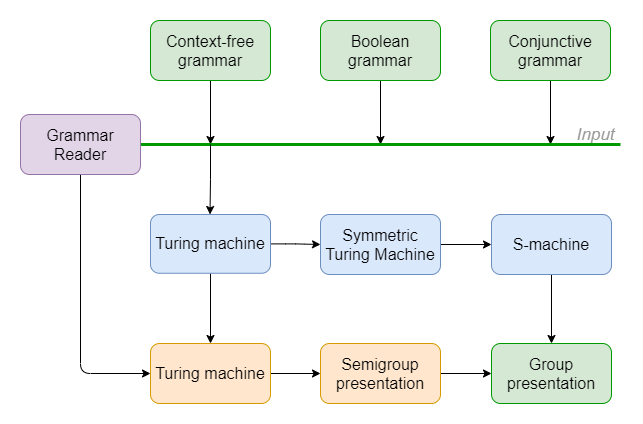
This is media/approaches.png from YaccConstructor/LangToGroup, a draw.io export, as it was before one commit. Source tidied: cells renumbered, new cells last; positions are measured from the earlier drawing's top-left corner, leaving out a move shared by most shapes. Its diagram source:
```xml
<mxGraphModel>
  <root>
    <mxCell id="0" style="html=1;" />
    <mxCell id="1" style="html=1;" parent="0" />
    <mxCell id="2" style="edgeStyle=orthogonalEdgeStyle;rounded=0;jettySize=auto;html=1;strokeWidth=1;" parent="1" edge="1" source="3">
      <mxGeometry relative="1" as="geometry">
        <mxPoint x="190" y="124" as="targetPoint" />
      </mxGeometry>
    </mxCell>
    <mxCell id="3" value="&lt;font size=&quot;3&quot;&gt;Context-free grammar&lt;/font&gt;" style="shape=cirle;whiteSpace=wrap;html=1;left=0;right=0;fillColor=#d5e8d4;rounded=1;strokeColor=#009900;" parent="1" vertex="1">
      <mxGeometry x="130" width="120" height="60" as="geometry" />
    </mxCell>
    <mxCell id="4" style="edgeStyle=orthogonalEdgeStyle;rounded=0;jettySize=auto;html=1;entryX=0;entryY=0.5;entryDx=0;entryDy=0;" parent="1" edge="1" source="5" target="7">
      <mxGeometry relative="1" as="geometry" />
    </mxCell>
    <mxCell id="5" value="&lt;font size=&quot;3&quot;&gt;Symmetric Turing Machine&lt;/font&gt;" style="shape=circle;whiteSpace=wrap;html=1;left=0;right=0;fillColor=#dae8fc;strokeColor=#6c8ebf;rounded=1;" parent="1" vertex="1">
      <mxGeometry x="300" y="194" width="120" height="60" as="geometry" />
    </mxCell>
    <mxCell id="6" style="edgeStyle=orthogonalEdgeStyle;rounded=1;jettySize=auto;html=1;fontColor=#999999;" parent="1" edge="1" source="7" target="8">
      <mxGeometry relative="1" as="geometry" />
    </mxCell>
    <mxCell id="7" value="&lt;font size=&quot;3&quot;&gt;S-machine&lt;/font&gt;" style="shape=circle;whiteSpace=wrap;html=1;left=0;right=0;fillColor=#dae8fc;shadow=0;sketch=0;strokeColor=#6c8ebf;rounded=1;" parent="1" vertex="1">
      <mxGeometry x="471" y="194" width="120" height="60" as="geometry" />
    </mxCell>
    <mxCell id="8" value="&lt;font size=&quot;3&quot;&gt;Group presentation&lt;/font&gt;" style="shape=circle;whiteSpace=wrap;html=1;left=0;right=0;fillColor=#d5e8d4;strokeColor=#009900;rounded=1;" parent="1" vertex="1">
      <mxGeometry x="471" y="323" width="120" height="60" as="geometry" />
    </mxCell>
    <mxCell id="9" style="edgeStyle=orthogonalEdgeStyle;rounded=0;jettySize=auto;html=1;strokeWidth=1;" parent="1" edge="1" source="10">
      <mxGeometry relative="1" as="geometry">
        <mxPoint x="360" y="124" as="targetPoint" />
      </mxGeometry>
    </mxCell>
    <mxCell id="10" value="&lt;font size=&quot;3&quot;&gt;Boolean grammar&lt;/font&gt;" style="shape=circle;whiteSpace=wrap;html=1;left=0;right=0;fillColor=#d5e8d4;rounded=1;strokeColor=#009900;" parent="1" vertex="1">
      <mxGeometry x="300" width="120" height="60" as="geometry" />
    </mxCell>
    <mxCell id="11" style="edgeStyle=orthogonalEdgeStyle;rounded=0;jettySize=auto;html=1;" parent="1" edge="1" source="12">
      <mxGeometry relative="1" as="geometry">
        <mxPoint x="530" y="124" as="targetPoint" />
      </mxGeometry>
    </mxCell>
    <mxCell id="12" value="&lt;font size=&quot;3&quot;&gt;Conjunctive grammar&lt;/font&gt;" style="shape=circle;whiteSpace=wrap;html=1;left=0;right=0;fillColor=#d5e8d4;rounded=1;strokeColor=#009900;" parent="1" vertex="1">
      <mxGeometry x="470" width="120" height="60" as="geometry" />
    </mxCell>
    <mxCell id="13" style="edgeStyle=orthogonalEdgeStyle;rounded=1;jettySize=auto;html=1;entryX=0;entryY=0.5;entryDx=0;entryDy=0;" parent="1" edge="1" source="15" target="5">
      <mxGeometry relative="1" as="geometry" />
    </mxCell>
    <mxCell id="14" style="edgeStyle=orthogonalEdgeStyle;rounded=1;jettySize=auto;html=1;entryX=0.5;entryY=0;entryDx=0;entryDy=0;strokeWidth=1;" parent="1" edge="1" source="15" target="19">
      <mxGeometry relative="1" as="geometry" />
    </mxCell>
    <mxCell id="15" value="&lt;font size=&quot;3&quot;&gt;Turing machine&lt;/font&gt;" style="shape=circle;whiteSpace=wrap;html=1;left=0;right=0;fillColor=#dae8fc;strokeColor=#6c8ebf;rounded=1;" parent="1" vertex="1">
      <mxGeometry x="130" y="194" width="120" height="58.8" as="geometry" />
    </mxCell>
    <mxCell id="16" style="edgeStyle=orthogonalEdgeStyle;rounded=1;jettySize=auto;html=1;entryX=0;entryY=0.5;entryDx=0;entryDy=0;" parent="1" edge="1" source="17" target="8">
      <mxGeometry relative="1" as="geometry" />
    </mxCell>
    <mxCell id="17" value="&lt;font size=&quot;3&quot;&gt;Semigroup presentation&lt;/font&gt;" style="shape=circle;whiteSpace=wrap;html=1;left=0;right=0;fillColor=#ffe6cc;strokeColor=#d79b00;rounded=1;" parent="1" vertex="1">
      <mxGeometry x="300" y="323" width="120" height="60" as="geometry" />
    </mxCell>
    <mxCell id="18" style="edgeStyle=orthogonalEdgeStyle;rounded=1;jettySize=auto;html=1;entryX=0;entryY=0.5;entryDx=0;entryDy=0;" parent="1" edge="1" source="19" target="17">
      <mxGeometry relative="1" as="geometry" />
    </mxCell>
    <mxCell id="19" value="&lt;font size=&quot;3&quot;&gt;Turing machine&lt;/font&gt;" style="shape=circle;whiteSpace=wrap;html=1;left=0;right=0;fillColor=#ffe6cc;strokeColor=#d79b00;rounded=1;" parent="1" vertex="1">
      <mxGeometry x="130" y="323" width="120" height="60" as="geometry" />
    </mxCell>
    <mxCell id="20" style="endArrow=none;html=1;fontColor=#999999;strokeColor=#009900;startArrow=none;strokeWidth=3;" parent="1" edge="1">
      <mxGeometry relative="1" as="geometry">
        <mxPoint x="36" y="124" as="sourcePoint" />
        <mxPoint x="600" y="124" as="targetPoint" />
        <Array as="points">
          <mxPoint x="364" y="124" />
        </Array>
      </mxGeometry>
    </mxCell>
    <mxCell id="21" value="&lt;span style=&quot;font-size: 17px&quot;&gt;Input&lt;/span&gt;" style="text;html=1;align=center;verticalAlign=middle;fontStyle=2;fontColor=#999999;" parent="1" vertex="1">
      <mxGeometry x="550" y="104" width="50" height="20" as="geometry" />
    </mxCell>
    <mxCell id="22" style="endArrow=none;html=1;fontColor=#999999;strokeColor=#009900;startArrow=none;" parent="1" edge="1">
      <mxGeometry relative="1" as="geometry">
        <mxPoint x="8" y="134" as="sourcePoint" />
        <mxPoint x="8" y="134" as="targetPoint" />
      </mxGeometry>
    </mxCell>
    <mxCell id="23" style="edgeStyle=orthogonalEdgeStyle;rounded=1;jettySize=auto;html=1;entryX=0;entryY=0.5;entryDx=0;entryDy=0;strokeWidth=1;" parent="1" edge="1" source="24" target="19">
      <mxGeometry relative="1" as="geometry">
        <Array as="points">
          <mxPoint x="60" y="353" />
        </Array>
      </mxGeometry>
    </mxCell>
    <mxCell id="24" value="&lt;font size=&quot;3&quot;&gt;Grammar Reader&lt;/font&gt;" style="shape=circle;whiteSpace=wrap;html=1;left=0;right=0;fillColor=#e1d5e7;rounded=1;strokeColor=#9673a6;" parent="1" vertex="1">
      <mxGeometry y="94" width="120" height="60" as="geometry" />
    </mxCell>
    <mxCell id="25" style="edgeStyle=orthogonalEdgeStyle;rounded=0;orthogonalLoop=1;jettySize=auto;html=1;strokeWidth=1;" parent="1" edge="1">
      <mxGeometry relative="1" as="geometry">
        <mxPoint x="190" y="124" as="sourcePoint" />
        <mxPoint x="189.5" y="194" as="targetPoint" />
        <Array as="points">
          <mxPoint x="190" y="159" />
        </Array>
      </mxGeometry>
    </mxCell>
  </root>
</mxGraphModel>
```
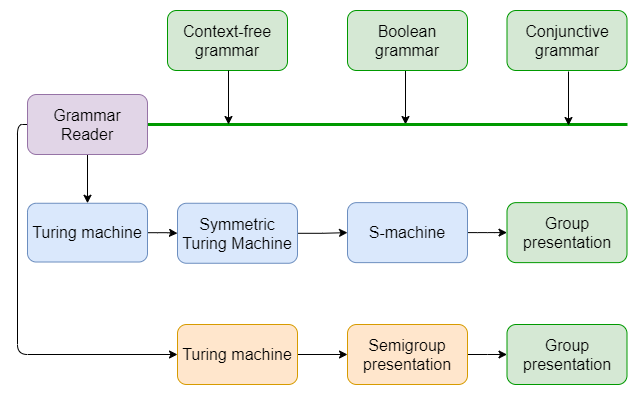
The same file after the commit.

The edit, as a diff of the source:
```diff
@@ -2,102 +2,96 @@
   <root>
     <mxCell id="0" style="html=1;" />
     <mxCell id="1" style="html=1;" parent="0" />
-    <mxCell id="2" style="edgeStyle=orthogonalEdgeStyle;rounded=0;jettySize=auto;html=1;strokeWidth=1;" parent="1" edge="1" source="3">
-      <mxGeometry relative="1" as="geometry">
-        <mxPoint x="190" y="124" as="targetPoint" />
-      </mxGeometry>
-    </mxCell>
     <mxCell id="3" value="&lt;font size=&quot;3&quot;&gt;Context-free grammar&lt;/font&gt;" style="shape=cirle;whiteSpace=wrap;html=1;left=0;right=0;fillColor=#d5e8d4;rounded=1;strokeColor=#009900;" parent="1" vertex="1">
-      <mxGeometry x="130" width="120" height="60" as="geometry" />
+      <mxGeometry x="137" y="846" width="120" height="60" as="geometry" />
     </mxCell>
     <mxCell id="4" style="edgeStyle=orthogonalEdgeStyle;rounded=0;jettySize=auto;html=1;entryX=0;entryY=0.5;entryDx=0;entryDy=0;" parent="1" edge="1" source="5" target="7">
       <mxGeometry relative="1" as="geometry" />
     </mxCell>
     <mxCell id="5" value="&lt;font size=&quot;3&quot;&gt;Symmetric Turing Machine&lt;/font&gt;" style="shape=circle;whiteSpace=wrap;html=1;left=0;right=0;fillColor=#dae8fc;strokeColor=#6c8ebf;rounded=1;" parent="1" vertex="1">
-      <mxGeometry x="300" y="194" width="120" height="60" as="geometry" />
+      <mxGeometry x="147" y="1038.8" width="120" height="60" as="geometry" />
     </mxCell>
     <mxCell id="6" style="edgeStyle=orthogonalEdgeStyle;rounded=1;jettySize=auto;html=1;fontColor=#999999;" parent="1" edge="1" source="7" target="8">
       <mxGeometry relative="1" as="geometry" />
     </mxCell>
     <mxCell id="7" value="&lt;font size=&quot;3&quot;&gt;S-machine&lt;/font&gt;" style="shape=circle;whiteSpace=wrap;html=1;left=0;right=0;fillColor=#dae8fc;shadow=0;sketch=0;strokeColor=#6c8ebf;rounded=1;" parent="1" vertex="1">
-      <mxGeometry x="471" y="194" width="120" height="60" as="geometry" />
+      <mxGeometry x="317" y="1038.1" width="120" height="60" as="geometry" />
     </mxCell>
     <mxCell id="8" value="&lt;font size=&quot;3&quot;&gt;Group presentation&lt;/font&gt;" style="shape=circle;whiteSpace=wrap;html=1;left=0;right=0;fillColor=#d5e8d4;strokeColor=#009900;rounded=1;" parent="1" vertex="1">
-      <mxGeometry x="471" y="323" width="120" height="60" as="geometry" />
+      <mxGeometry x="476.5" y="1038.1" width="120" height="60" as="geometry" />
     </mxCell>
-    <mxCell id="9" style="edgeStyle=orthogonalEdgeStyle;rounded=0;jettySize=auto;html=1;strokeWidth=1;" parent="1" edge="1" source="10">
+    <mxCell id="9" style="edgeStyle=orthogonalEdgeStyle;rounded=0;orthogonalLoop=1;jettySize=auto;html=1;strokeWidth=1;" parent="1" edge="1">
       <mxGeometry relative="1" as="geometry">
-        <mxPoint x="360" y="124" as="targetPoint" />
+        <mxPoint x="375" y="906" as="sourcePoint" />
+        <mxPoint x="375" y="960" as="targetPoint" />
       </mxGeometry>
     </mxCell>
     <mxCell id="10" value="&lt;font size=&quot;3&quot;&gt;Boolean grammar&lt;/font&gt;" style="shape=circle;whiteSpace=wrap;html=1;left=0;right=0;fillColor=#d5e8d4;rounded=1;strokeColor=#009900;" parent="1" vertex="1">
-      <mxGeometry x="300" width="120" height="60" as="geometry" />
+      <mxGeometry x="317" y="846" width="120" height="60" as="geometry" />
     </mxCell>
-    <mxCell id="11" style="edgeStyle=orthogonalEdgeStyle;rounded=0;jettySize=auto;html=1;" parent="1" edge="1" source="12">
-      <mxGeometry relative="1" as="geometry">
-        <mxPoint x="530" y="124" as="targetPoint" />
-      </mxGeometry>
-    </mxCell>
     <mxCell id="12" value="&lt;font size=&quot;3&quot;&gt;Conjunctive grammar&lt;/font&gt;" style="shape=circle;whiteSpace=wrap;html=1;left=0;right=0;fillColor=#d5e8d4;rounded=1;strokeColor=#009900;" parent="1" vertex="1">
-      <mxGeometry x="470" width="120" height="60" as="geometry" />
+      <mxGeometry x="476.5" y="846" width="120" height="60" as="geometry" />
     </mxCell>
     <mxCell id="13" style="edgeStyle=orthogonalEdgeStyle;rounded=1;jettySize=auto;html=1;entryX=0;entryY=0.5;entryDx=0;entryDy=0;" parent="1" edge="1" source="15" target="5">
       <mxGeometry relative="1" as="geometry" />
     </mxCell>
-    <mxCell id="14" style="edgeStyle=orthogonalEdgeStyle;rounded=1;jettySize=auto;html=1;entryX=0.5;entryY=0;entryDx=0;entryDy=0;strokeWidth=1;" parent="1" edge="1" source="15" target="19">
-      <mxGeometry relative="1" as="geometry" />
-    </mxCell>
     <mxCell id="15" value="&lt;font size=&quot;3&quot;&gt;Turing machine&lt;/font&gt;" style="shape=circle;whiteSpace=wrap;html=1;left=0;right=0;fillColor=#dae8fc;strokeColor=#6c8ebf;rounded=1;" parent="1" vertex="1">
-      <mxGeometry x="130" y="194" width="120" height="58.8" as="geometry" />
+      <mxGeometry x="-3" y="1038.8" width="120" height="58.8" as="geometry" />
     </mxCell>
-    <mxCell id="16" style="edgeStyle=orthogonalEdgeStyle;rounded=1;jettySize=auto;html=1;entryX=0;entryY=0.5;entryDx=0;entryDy=0;" parent="1" edge="1" source="17" target="8">
-      <mxGeometry relative="1" as="geometry" />
-    </mxCell>
+    <mxCell id="26" style="edgeStyle=orthogonalEdgeStyle;rounded=0;jettySize=auto;html=1;" parent="1" edge="1" source="17" target="27">
+      <mxGeometry relative="1" as="geometry" />
+    </mxCell>
     <mxCell id="17" value="&lt;font size=&quot;3&quot;&gt;Semigroup presentation&lt;/font&gt;" style="shape=circle;whiteSpace=wrap;html=1;left=0;right=0;fillColor=#ffe6cc;strokeColor=#d79b00;rounded=1;" parent="1" vertex="1">
-      <mxGeometry x="300" y="323" width="120" height="60" as="geometry" />
+      <mxGeometry x="317" y="1160" width="120" height="60" as="geometry" />
     </mxCell>
     <mxCell id="18" style="edgeStyle=orthogonalEdgeStyle;rounded=1;jettySize=auto;html=1;entryX=0;entryY=0.5;entryDx=0;entryDy=0;" parent="1" edge="1" source="19" target="17">
       <mxGeometry relative="1" as="geometry" />
     </mxCell>
     <mxCell id="19" value="&lt;font size=&quot;3&quot;&gt;Turing machine&lt;/font&gt;" style="shape=circle;whiteSpace=wrap;html=1;left=0;right=0;fillColor=#ffe6cc;strokeColor=#d79b00;rounded=1;" parent="1" vertex="1">
-      <mxGeometry x="130" y="323" width="120" height="60" as="geometry" />
+      <mxGeometry x="147" y="1160" width="120" height="60" as="geometry" />
     </mxCell>
-    <mxCell id="20" style="endArrow=none;html=1;fontColor=#999999;strokeColor=#009900;startArrow=none;strokeWidth=3;" parent="1" edge="1">
+    <mxCell id="20" style="endArrow=none;html=1;fontColor=#999999;strokeColor=#009900;startArrow=none;strokeWidth=3;exitX=1;exitY=0.5;exitDx=0;exitDy=0;" parent="1" edge="1" source="24">
       <mxGeometry relative="1" as="geometry">
-        <mxPoint x="36" y="124" as="sourcePoint" />
-        <mxPoint x="600" y="124" as="targetPoint" />
+        <mxPoint x="597" y="960" as="targetPoint" />
         <Array as="points">
-          <mxPoint x="364" y="124" />
+          <mxPoint x="361" y="960" />
         </Array>
       </mxGeometry>
     </mxCell>
-    <mxCell id="21" value="&lt;span style=&quot;font-size: 17px&quot;&gt;Input&lt;/span&gt;" style="text;html=1;align=center;verticalAlign=middle;fontStyle=2;fontColor=#999999;" parent="1" vertex="1">
-      <mxGeometry x="550" y="104" width="50" height="20" as="geometry" />
-    </mxCell>
     <mxCell id="22" style="endArrow=none;html=1;fontColor=#999999;strokeColor=#009900;startArrow=none;" parent="1" edge="1">
       <mxGeometry relative="1" as="geometry">
-        <mxPoint x="8" y="134" as="sourcePoint" />
-        <mxPoint x="8" y="134" as="targetPoint" />
+        <mxPoint x="-5" y="980" as="sourcePoint" />
+        <mxPoint x="-5" y="980" as="targetPoint" />
       </mxGeometry>
     </mxCell>
-    <mxCell id="23" style="edgeStyle=orthogonalEdgeStyle;rounded=1;jettySize=auto;html=1;entryX=0;entryY=0.5;entryDx=0;entryDy=0;strokeWidth=1;" parent="1" edge="1" source="24" target="19">
+    <mxCell id="23" style="edgeStyle=orthogonalEdgeStyle;rounded=1;jettySize=auto;html=1;entryX=0;entryY=0.5;entryDx=0;entryDy=0;strokeWidth=1;exitX=0;exitY=0.5;exitDx=0;exitDy=0;" parent="1" edge="1" source="24" target="19">
       <mxGeometry relative="1" as="geometry">
         <Array as="points">
-          <mxPoint x="60" y="353" />
+          <mxPoint x="-13" y="960" />
+          <mxPoint x="-13" y="1190" />
         </Array>
       </mxGeometry>
     </mxCell>
+    <mxCell id="27" value="&lt;font size=&quot;3&quot;&gt;Group presentation&lt;/font&gt;" style="shape=circle;whiteSpace=wrap;html=1;left=0;right=0;fillColor=#d5e8d4;strokeColor=#009900;rounded=1;" parent="1" vertex="1">
+      <mxGeometry x="476.5" y="1160" width="120" height="60" as="geometry" />
+    </mxCell>
+    <mxCell id="28" style="edgeStyle=orthogonalEdgeStyle;rounded=0;jettySize=auto;html=1;entryX=0.5;entryY=0;entryDx=0;entryDy=0;" parent="1" edge="1" source="24" target="15">
+      <mxGeometry relative="1" as="geometry" />
+    </mxCell>
     <mxCell id="24" value="&lt;font size=&quot;3&quot;&gt;Grammar Reader&lt;/font&gt;" style="shape=circle;whiteSpace=wrap;html=1;left=0;right=0;fillColor=#e1d5e7;rounded=1;strokeColor=#9673a6;" parent="1" vertex="1">
-      <mxGeometry y="94" width="120" height="60" as="geometry" />
+      <mxGeometry x="-3" y="930" width="120" height="60" as="geometry" />
     </mxCell>
-    <mxCell id="25" style="edgeStyle=orthogonalEdgeStyle;rounded=0;orthogonalLoop=1;jettySize=auto;html=1;strokeWidth=1;" parent="1" edge="1">
-      <mxGeometry relative="1" as="geometry">
-        <mxPoint x="190" y="124" as="sourcePoint" />
-        <mxPoint x="189.5" y="194" as="targetPoint" />
-        <Array as="points">
-          <mxPoint x="190" y="159" />
-        </Array>
-      </mxGeometry>
-    </mxCell>
+    <mxCell id="29" style="edgeStyle=orthogonalEdgeStyle;rounded=0;orthogonalLoop=1;jettySize=auto;html=1;strokeWidth=1;" parent="1" edge="1">
+      <mxGeometry relative="1" as="geometry">
+        <mxPoint x="198" y="906" as="sourcePoint" />
+        <mxPoint x="198" y="960" as="targetPoint" />
+      </mxGeometry>
+    </mxCell>
+    <mxCell id="30" style="edgeStyle=orthogonalEdgeStyle;rounded=0;orthogonalLoop=1;jettySize=auto;html=1;strokeWidth=1;" parent="1" edge="1">
+      <mxGeometry relative="1" as="geometry">
+        <mxPoint x="538" y="907" as="sourcePoint" />
+        <mxPoint x="538" y="961" as="targetPoint" />
+      </mxGeometry>
+    </mxCell>
   </root>
 </mxGraphModel>
```
